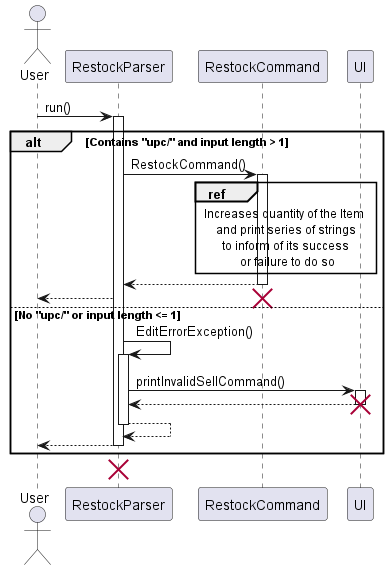
nus-cs2113-AY2223S2/tp keeps this PlantUML diagram as docs/UML/Restock/RestockParser.png. Above is the earlier version.
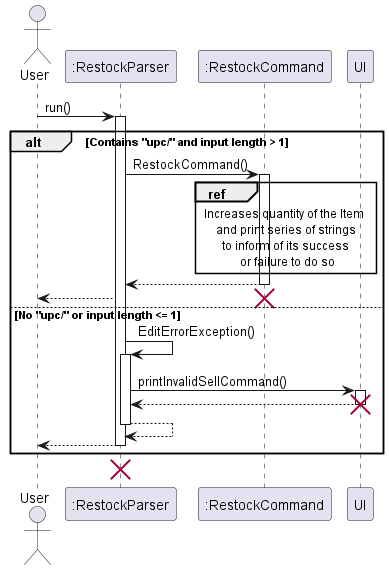
Above is the later version.

Commit message:
-More additions to Developer Guide. -Added one more sequence diagram. -Documentation for restock and sell commands in the developer guide.

The edit, as a diff of the source:
```diff
@@ -1,31 +1,31 @@
 @startuml
 actor User
-participant RestockParser
-User->RestockParser:run()
-activate RestockParser
+participant ":RestockParser"
+User->":RestockParser":run()
+activate ":RestockParser"
 
 alt Contains "upc/" and input length > 1
-RestockParser->RestockCommand: RestockCommand()
-activate RestockCommand
-ref over RestockCommand,UI: Increases quantity of the Item \n and print series of strings \n to inform of its success \n or failure to do so
-RestockCommand-->RestockParser:
-deactivate RestockCommand
-RestockParser-->User:
+":RestockParser"->":RestockCommand": RestockCommand()
+activate ":RestockCommand"
+ref over ":RestockCommand",UI: Increases quantity of the Item \n and print series of strings \n to inform of its success \n or failure to do so
+":RestockCommand"-->":RestockParser":
+deactivate ":RestockCommand"
+":RestockParser"-->User:
 
-destroy RestockCommand
+destroy ":RestockCommand"
 else No "upc/" or input length <= 1
-RestockParser->RestockParser: EditErrorException()
-activate RestockParser
-RestockParser->UI:printInvalidSellCommand()
+":RestockParser"->":RestockParser": EditErrorException()
+activate ":RestockParser"
+":RestockParser"->UI:printInvalidSellCommand()
 activate UI
-UI-->RestockParser:
+UI-->":RestockParser":
 deactivate UI
 destroy UI
-RestockParser-->RestockParser:
-deactivate RestockParser
-RestockParser-->User:
-deactivate RestockParser
+":RestockParser"-->":RestockParser":
+deactivate ":RestockParser"
+":RestockParser"-->User:
+deactivate ":RestockParser"
 end
-deactivate RestockParser
-destroy RestockParser
+deactivate ":RestockParser"
+destroy ":RestockParser"
 @enduml
```
